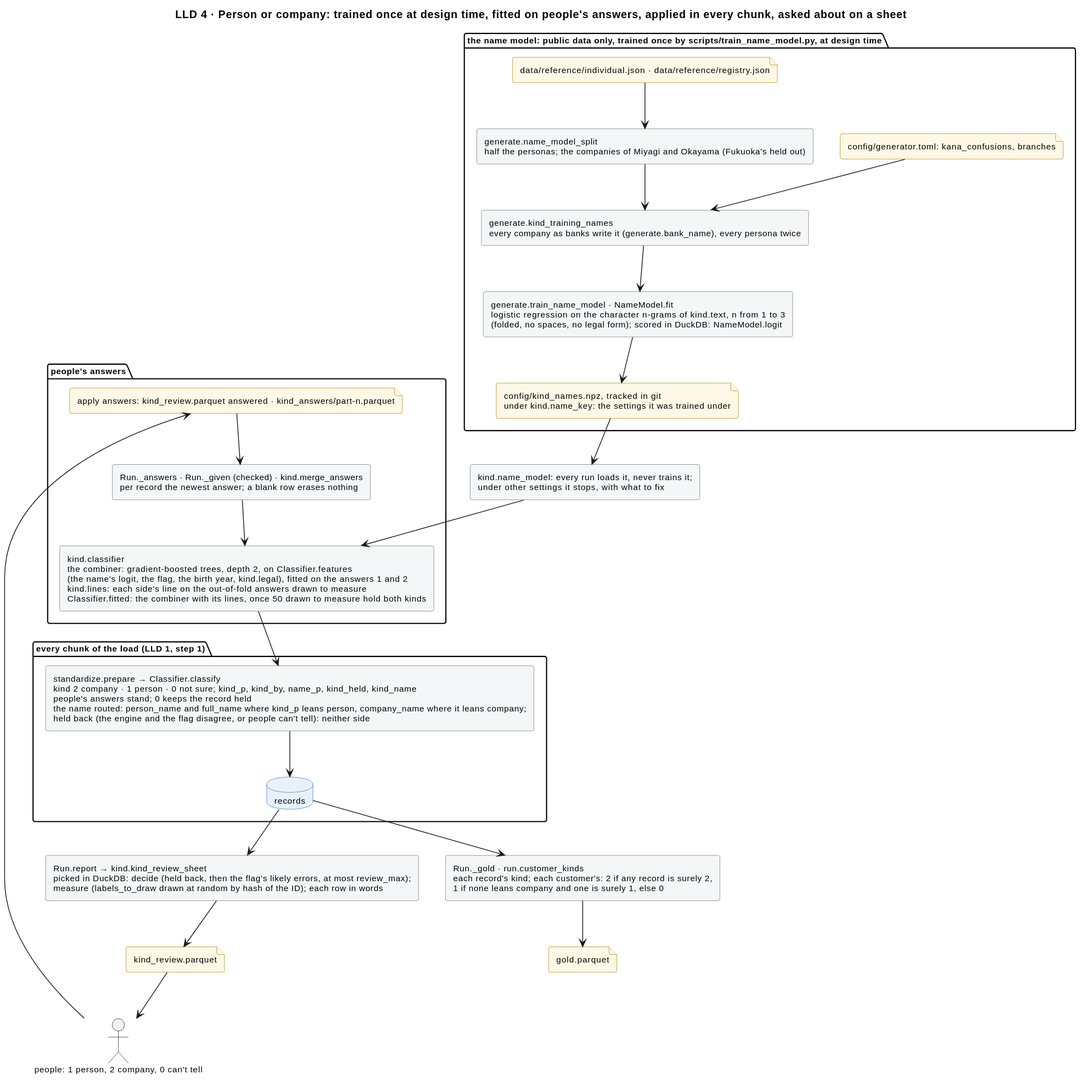
This is docs/diagrams/kind.svg from mvsbm/entity_matching, a PlantUML export, as it was before one commit.
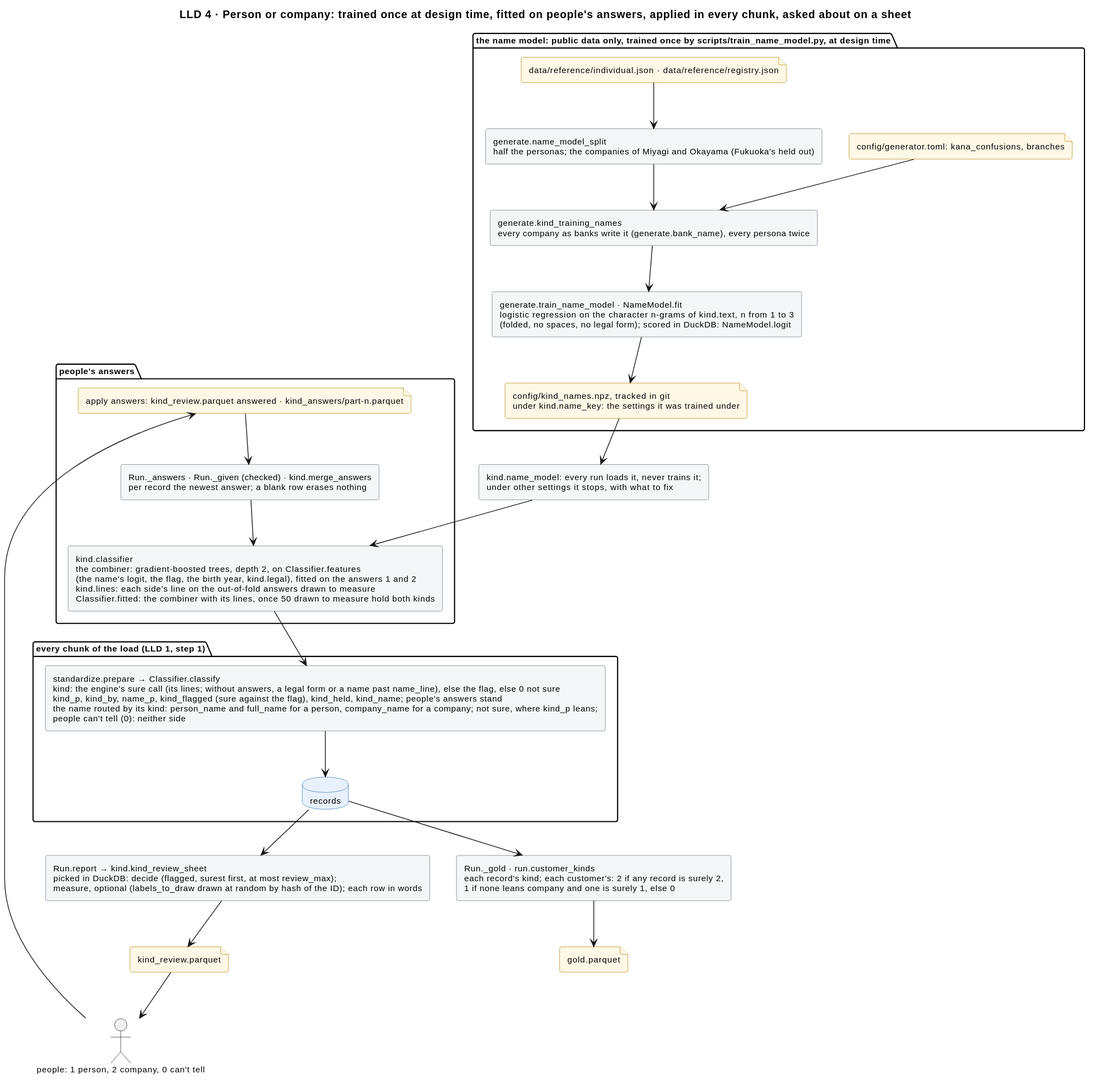
After the change.

Change to the diagram source:
```diff
@@ -31,13 +31,13 @@
 }
 
 package "every chunk of the load (LLD 1, step 1)" {
-  rectangle "standardize.prepare → Classifier.classify\nkind 2 company · 1 person · 0 not sure; kind_p, kind_by, name_p, kind_held, kind_name\npeople's answers stand; 0 keeps the record held\nthe name routed: person_name and full_name where kind_p leans person, company_name where it leans company;\nheld back (the engine and the flag disagree, or people can't tell): neither side" as classify
+  rectangle "standardize.prepare → Classifier.classify\nkind: the engine's sure call (its lines; without answers, a legal form or a name past name_line), else the flag, else 0 not sure\nkind_p, kind_by, name_p, kind_flagged (sure against the flag), kind_held, kind_name; people's answers stand\nthe name routed by its kind: person_name and full_name for a person, company_name for a company; not sure, where kind_p leans;\npeople can't tell (0): neither side" as classify
   database "records" as records
 }
 
 rectangle "Run._gold · run.customer_kinds\neach record's kind; each customer's: 2 if any record is surely 2,\n1 if none leans company and one is surely 1, else 0" as gold
 file "gold.parquet" as f_gold
-rectangle "Run.report → kind.kind_review_sheet\npicked in DuckDB: decide (held back, then the flag's likely errors, at most review_max);\nmeasure (labels_to_draw drawn at random by hash of the ID); each row in words" as sheet
+rectangle "Run.report → kind.kind_review_sheet\npicked in DuckDB: decide (flagged, surest first, at most review_max);\nmeasure, optional (labels_to_draw drawn at random by hash of the ID); each row in words" as sheet
 file "kind_review.parquet" as f_sheet
 actor "people: 1 person, 2 company, 0 can't tell" as people
 
```
